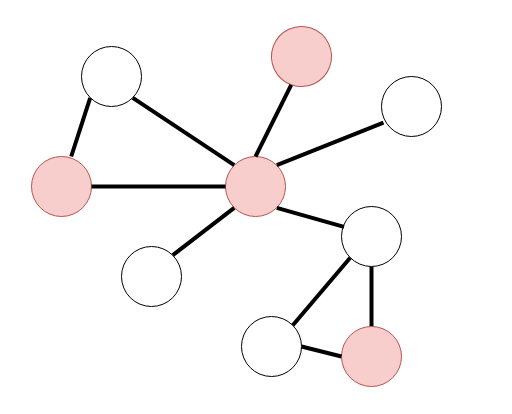
This is page "第 1 页" (2 of 6) of graph.drawio from wildpointer160422/draw, a draw.io file, before an edit. Source tidied: cells renumbered, new cells numbered last; positions are measured from the earlier drawing's top-left corner, leaving out a move shared by most shapes. Both pictures are drawn from the tidied source at 100%, with x=0, y=0 at pixel (31, 16).
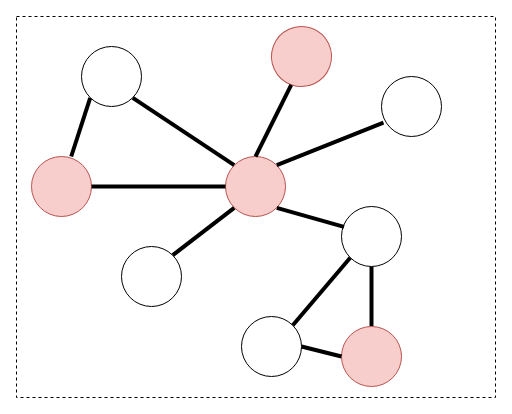
Above is the later version.

What changed in the source:
```diff
@@
+    <mxCell id="22" style="group;" parent="1" vertex="1">
+      <mxGeometry x="-15" width="479" height="381" as="geometry" />
+    </mxCell>
+    <mxCell id="23" style="rounded=0;whiteSpace=wrap;html=1;dashed=1;" parent="22" vertex="1">
+      <mxGeometry width="479" height="381" as="geometry" />
+    </mxCell>
-    <mxCell id="2" style="group;" parent="1" vertex="1">
-      <mxGeometry y="0.1" width="410" height="369.9" as="geometry" />
+    <mxCell id="2" style="group;" parent="22" vertex="1">
+      <mxGeometry x="15" y="0.1" width="410" height="369.9" as="geometry" />
     </mxCell>
```
